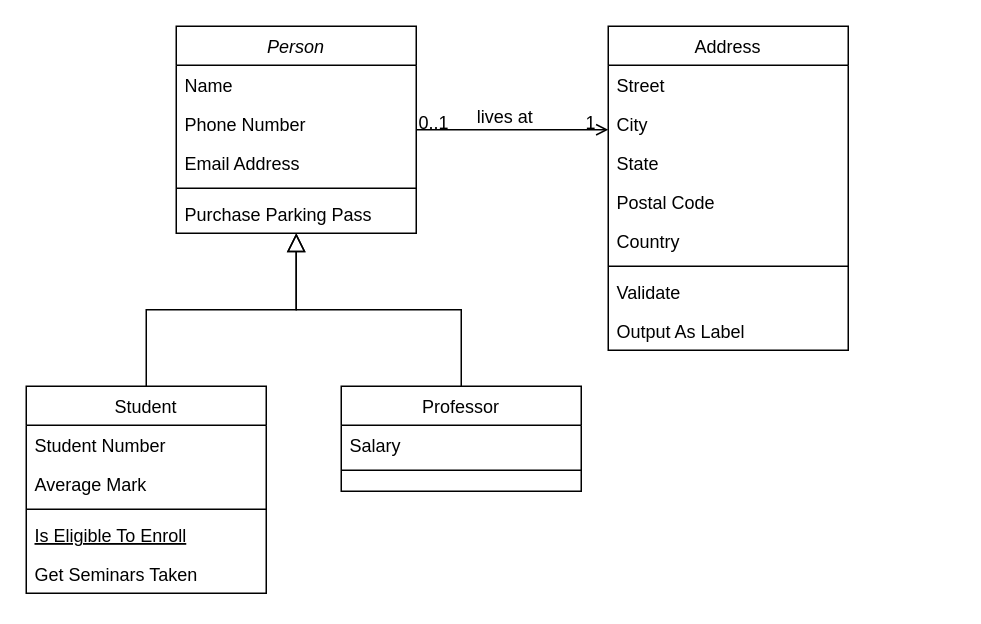
dbsrudrla/diagram keeps this draw.io diagram as 제목 없는 다이어그램.drawio. Above is the earlier version. Source tidied: cells renumbered, new cells numbered last; positions are measured from the earlier drawing's top-left corner, leaving out a move shared by most shapes. Both pictures are drawn from the tidied source at 150%, with x=0, y=0 at pixel (26, 26).
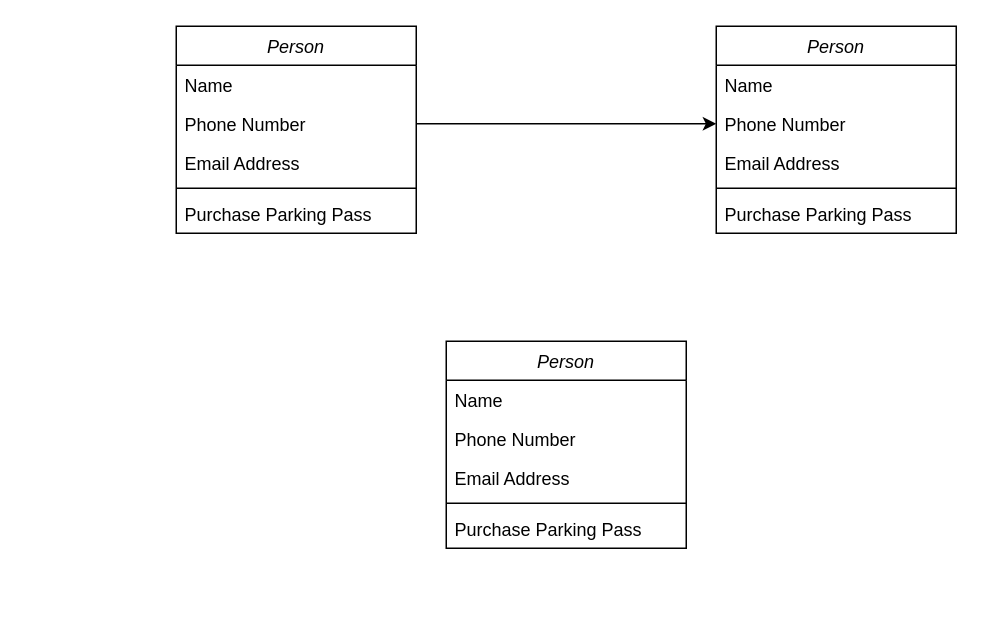
Above is the later version.

Commit message (it also covers changes not shown here):
시분설 과제 #3

The change refers to these unchanged cells:
```xml
<mxCell id="2" value="Person" style="swimlane;fontStyle=2;align=center;verticalAlign=top;horizontal=1;startSize=26;rounded=0;shadow=0;strokeWidth=1;" parent="1" vertex="1">
  <mxGeometry x="100" width="160" height="138" as="geometry" />
</mxCell>
<mxCell id="4" value="Phone Number" style="text;align=left;verticalAlign=top;spacingLeft=4;spacingRight=4;overflow=hidden;points=[[0,0.5],[1,0.5]];portConstraint=eastwest;rounded=0;shadow=0;html=0;" parent="2" vertex="1">
  <mxGeometry y="52" width="160" height="26" as="geometry" />
</mxCell>
```

Diff of the diagram source:
```diff
@@
-    <mxCell id="8" value="Student" style="swimlane;fontStyle=0;align=center;verticalAlign=top;horizontal=1;startSize=26;rounded=0;shadow=0;strokeWidth=1;" parent="1" vertex="1">
-      <mxGeometry y="240" width="160" height="138" as="geometry" />
-    </mxCell>
-    <mxCell id="9" value="Student Number" style="text;align=left;verticalAlign=top;spacingLeft=4;spacingRight=4;overflow=hidden;" parent="8" vertex="1">
-      <mxGeometry y="26" width="160" height="26" as="geometry" />
-    </mxCell>
-    <mxCell id="10" value="Average Mark" style="text;align=left;verticalAlign=top;spacingLeft=4;spacingRight=4;overflow=hidden;rounded=0;shadow=0;html=0;" parent="8" vertex="1">
-      <mxGeometry y="52" width="160" height="26" as="geometry" />
-    </mxCell>
-    <mxCell id="11" style="line;html=1;strokeWidth=1;align=left;verticalAlign=middle;spacingTop=-1;spacingLeft=3;spacingRight=3;labelPosition=right;" parent="8" vertex="1">
-      <mxGeometry y="78" width="160" height="8" as="geometry" />
-    </mxCell>
-    <mxCell id="12" value="Is Eligible To Enroll" style="text;align=left;verticalAlign=top;spacingLeft=4;spacingRight=4;overflow=hidden;fontStyle=4;" parent="8" vertex="1">
-      <mxGeometry y="86" width="160" height="26" as="geometry" />
-    </mxCell>
-    <mxCell id="13" value="Get Seminars Taken" style="text;align=left;verticalAlign=top;spacingLeft=4;spacingRight=4;overflow=hidden;" parent="8" vertex="1">
-      <mxGeometry y="112" width="160" height="26" as="geometry" />
-    </mxCell>
-    <mxCell id="14" style="endArrow=block;endSize=10;endFill=0;shadow=0;strokeWidth=1;rounded=0;edgeStyle=elbowEdgeStyle;elbow=vertical;" parent="1" edge="1" source="8" target="2">
-      <mxGeometry relative="1" as="geometry" />
-    </mxCell>
-    <mxCell id="15" value="Professor" style="swimlane;fontStyle=0;align=center;verticalAlign=top;horizontal=1;startSize=26;rounded=0;shadow=0;strokeWidth=1;" parent="1" vertex="1">
-      <mxGeometry x="210" y="240" width="160" height="70" as="geometry" />
-    </mxCell>
-    <mxCell id="16" value="Salary" style="text;align=left;verticalAlign=top;spacingLeft=4;spacingRight=4;overflow=hidden;" parent="15" vertex="1">
-      <mxGeometry y="26" width="160" height="26" as="geometry" />
-    </mxCell>
-    <mxCell id="17" style="line;html=1;strokeWidth=1;align=left;verticalAlign=middle;spacingTop=-1;spacingLeft=3;spacingRight=3;labelPosition=right;" parent="15" vertex="1">
-      <mxGeometry y="52" width="160" height="8" as="geometry" />
-    </mxCell>
-    <mxCell id="18" style="endArrow=block;endSize=10;endFill=0;shadow=0;strokeWidth=1;rounded=0;edgeStyle=elbowEdgeStyle;elbow=vertical;" parent="1" edge="1" source="15" target="2">
-      <mxGeometry relative="1" as="geometry" />
-    </mxCell>
-    <mxCell id="19" value="Address" style="swimlane;fontStyle=0;align=center;verticalAlign=top;horizontal=1;startSize=26;rounded=0;shadow=0;strokeWidth=1;" parent="1" vertex="1">
-      <mxGeometry x="388" width="160" height="216" as="geometry" />
-    </mxCell>
-    <mxCell id="20" value="Street" style="text;align=left;verticalAlign=top;spacingLeft=4;spacingRight=4;overflow=hidden;" parent="19" vertex="1">
-      <mxGeometry y="26" width="160" height="26" as="geometry" />
-    </mxCell>
-    <mxCell id="21" value="City" style="text;align=left;verticalAlign=top;spacingLeft=4;spacingRight=4;overflow=hidden;rounded=0;shadow=0;html=0;" parent="19" vertex="1">
-      <mxGeometry y="52" width="160" height="26" as="geometry" />
-    </mxCell>
-    <mxCell id="22" value="State" style="text;align=left;verticalAlign=top;spacingLeft=4;spacingRight=4;overflow=hidden;rounded=0;shadow=0;html=0;" parent="19" vertex="1">
-      <mxGeometry y="78" width="160" height="26" as="geometry" />
-    </mxCell>
-    <mxCell id="23" value="Postal Code" style="text;align=left;verticalAlign=top;spacingLeft=4;spacingRight=4;overflow=hidden;rounded=0;shadow=0;html=0;" parent="19" vertex="1">
-      <mxGeometry y="104" width="160" height="26" as="geometry" />
-    </mxCell>
-    <mxCell id="24" value="Country" style="text;align=left;verticalAlign=top;spacingLeft=4;spacingRight=4;overflow=hidden;rounded=0;shadow=0;html=0;" parent="19" vertex="1">
-      <mxGeometry y="130" width="160" height="26" as="geometry" />
-    </mxCell>
-    <mxCell id="25" style="line;html=1;strokeWidth=1;align=left;verticalAlign=middle;spacingTop=-1;spacingLeft=3;spacingRight=3;labelPosition=right;" parent="19" vertex="1">
-      <mxGeometry y="156" width="160" height="8" as="geometry" />
-    </mxCell>
-    <mxCell id="26" value="Validate" style="text;align=left;verticalAlign=top;spacingLeft=4;spacingRight=4;overflow=hidden;" parent="19" vertex="1">
-      <mxGeometry y="164" width="160" height="26" as="geometry" />
-    </mxCell>
-    <mxCell id="27" value="Output As Label" style="text;align=left;verticalAlign=top;spacingLeft=4;spacingRight=4;overflow=hidden;" parent="19" vertex="1">
-      <mxGeometry y="190" width="160" height="26" as="geometry" />
-    </mxCell>
-    <mxCell id="28" style="endArrow=open;shadow=0;strokeWidth=1;rounded=0;endFill=1;edgeStyle=elbowEdgeStyle;elbow=vertical;" parent="1" edge="1" source="2" target="19">
-      <mxGeometry x="0.5" y="41" relative="1" as="geometry">
-        <mxPoint x="-40" y="32" as="offset" />
-      </mxGeometry>
-    </mxCell>
-    <mxCell id="29" value="0..1" style="align=left;verticalAlign=bottom;labelBackgroundColor=none;fontSize=12;" parent="28" vertex="1">
-      <mxGeometry x="-1" relative="1" as="geometry">
-        <mxPoint y="4" as="offset" />
-      </mxGeometry>
-    </mxCell>
-    <mxCell id="30" value="1" style="align=right;verticalAlign=bottom;labelBackgroundColor=none;fontSize=12;" parent="28" vertex="1">
-      <mxGeometry x="1" relative="1" as="geometry">
-        <mxPoint x="-7" y="4" as="offset" />
-      </mxGeometry>
-    </mxCell>
-    <mxCell id="31" value="lives at" style="text;html=1;align=center;verticalAlign=middle;labelBackgroundColor=none;rounded=0;shadow=0;strokeWidth=1;fontSize=12;" parent="28" vertex="1">
-      <mxGeometry x="0.5" y="49" relative="1" as="geometry">
-        <mxPoint x="-38" y="40" as="offset" />
-      </mxGeometry>
-    </mxCell>
+    <mxCell id="32" value="Person" style="swimlane;fontStyle=2;align=center;verticalAlign=top;horizontal=1;startSize=26;rounded=0;shadow=0;strokeWidth=1;" parent="1" vertex="1">
+      <mxGeometry x="460" width="160" height="138" as="geometry" />
+    </mxCell>
+    <mxCell id="33" value="Name" style="text;align=left;verticalAlign=top;spacingLeft=4;spacingRight=4;overflow=hidden;" parent="32" vertex="1">
+      <mxGeometry y="26" width="160" height="26" as="geometry" />
+    </mxCell>
+    <mxCell id="34" value="Phone Number" style="text;align=left;verticalAlign=top;spacingLeft=4;spacingRight=4;overflow=hidden;points=[[0,0.5],[1,0.5]];portConstraint=eastwest;rounded=0;shadow=0;html=0;" parent="32" vertex="1">
+      <mxGeometry y="52" width="160" height="26" as="geometry" />
+    </mxCell>
+    <mxCell id="35" value="Email Address" style="text;align=left;verticalAlign=top;spacingLeft=4;spacingRight=4;overflow=hidden;rounded=0;shadow=0;html=0;" parent="32" vertex="1">
+      <mxGeometry y="78" width="160" height="26" as="geometry" />
+    </mxCell>
+    <mxCell id="36" style="line;html=1;strokeWidth=1;align=left;verticalAlign=middle;spacingTop=-1;spacingLeft=3;spacingRight=3;labelPosition=right;" parent="32" vertex="1">
+      <mxGeometry y="104" width="160" height="8" as="geometry" />
+    </mxCell>
+    <mxCell id="37" value="Purchase Parking Pass" style="text;align=left;verticalAlign=top;spacingLeft=4;spacingRight=4;overflow=hidden;" parent="32" vertex="1">
+      <mxGeometry y="112" width="160" height="26" as="geometry" />
+    </mxCell>
+    <mxCell id="38" value="Person" style="swimlane;fontStyle=2;align=center;verticalAlign=top;horizontal=1;startSize=26;rounded=0;shadow=0;strokeWidth=1;" parent="1" vertex="1">
+      <mxGeometry x="280" y="210" width="160" height="138" as="geometry" />
+    </mxCell>
+    <mxCell id="39" value="Name" style="text;align=left;verticalAlign=top;spacingLeft=4;spacingRight=4;overflow=hidden;" parent="38" vertex="1">
+      <mxGeometry y="26" width="160" height="26" as="geometry" />
+    </mxCell>
+    <mxCell id="40" value="Phone Number" style="text;align=left;verticalAlign=top;spacingLeft=4;spacingRight=4;overflow=hidden;rounded=0;shadow=0;html=0;" parent="38" vertex="1">
+      <mxGeometry y="52" width="160" height="26" as="geometry" />
+    </mxCell>
+    <mxCell id="41" value="Email Address" style="text;align=left;verticalAlign=top;spacingLeft=4;spacingRight=4;overflow=hidden;rounded=0;shadow=0;html=0;" parent="38" vertex="1">
+      <mxGeometry y="78" width="160" height="26" as="geometry" />
+    </mxCell>
+    <mxCell id="42" style="line;html=1;strokeWidth=1;align=left;verticalAlign=middle;spacingTop=-1;spacingLeft=3;spacingRight=3;labelPosition=right;" parent="38" vertex="1">
+      <mxGeometry y="104" width="160" height="8" as="geometry" />
+    </mxCell>
+    <mxCell id="43" value="Purchase Parking Pass" style="text;align=left;verticalAlign=top;spacingLeft=4;spacingRight=4;overflow=hidden;" parent="38" vertex="1">
+      <mxGeometry y="112" width="160" height="26" as="geometry" />
+    </mxCell>
+    <mxCell id="44" style="edgeStyle=orthogonalEdgeStyle;rounded=0;jettySize=auto;html=1;exitX=1;exitY=0.5;exitDx=0;exitDy=0;entryX=0;entryY=0.5;entryDx=0;entryDy=0;" parent="1" edge="1" source="4" target="34">
+      <mxGeometry relative="1" as="geometry" />
+    </mxCell>
```
